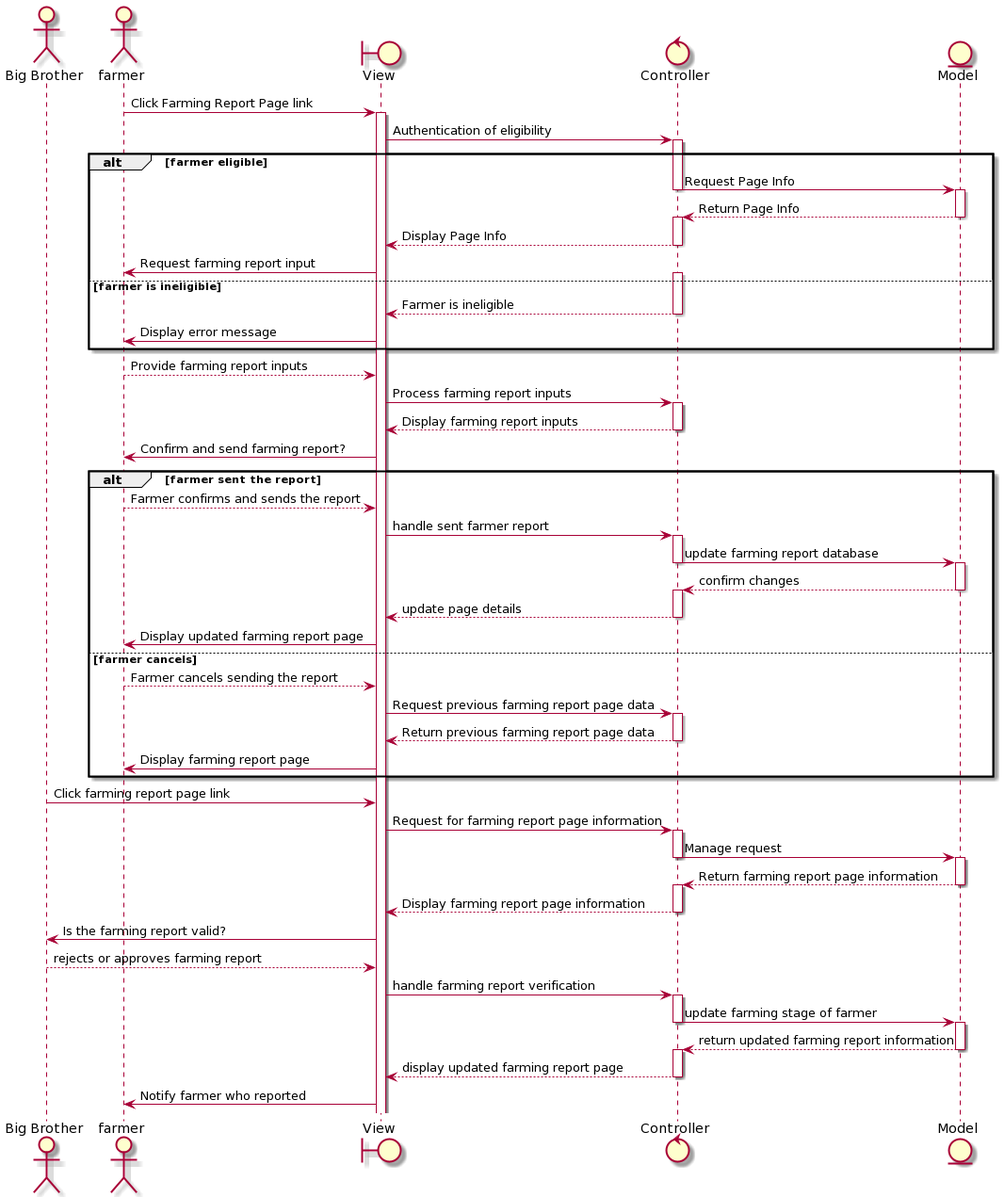
This is out/plantuml/proposed/sequence/overview-report/overview-report.png from radical-doubting/anikultura-diagrams, a PlantUML export, as it was before one commit.
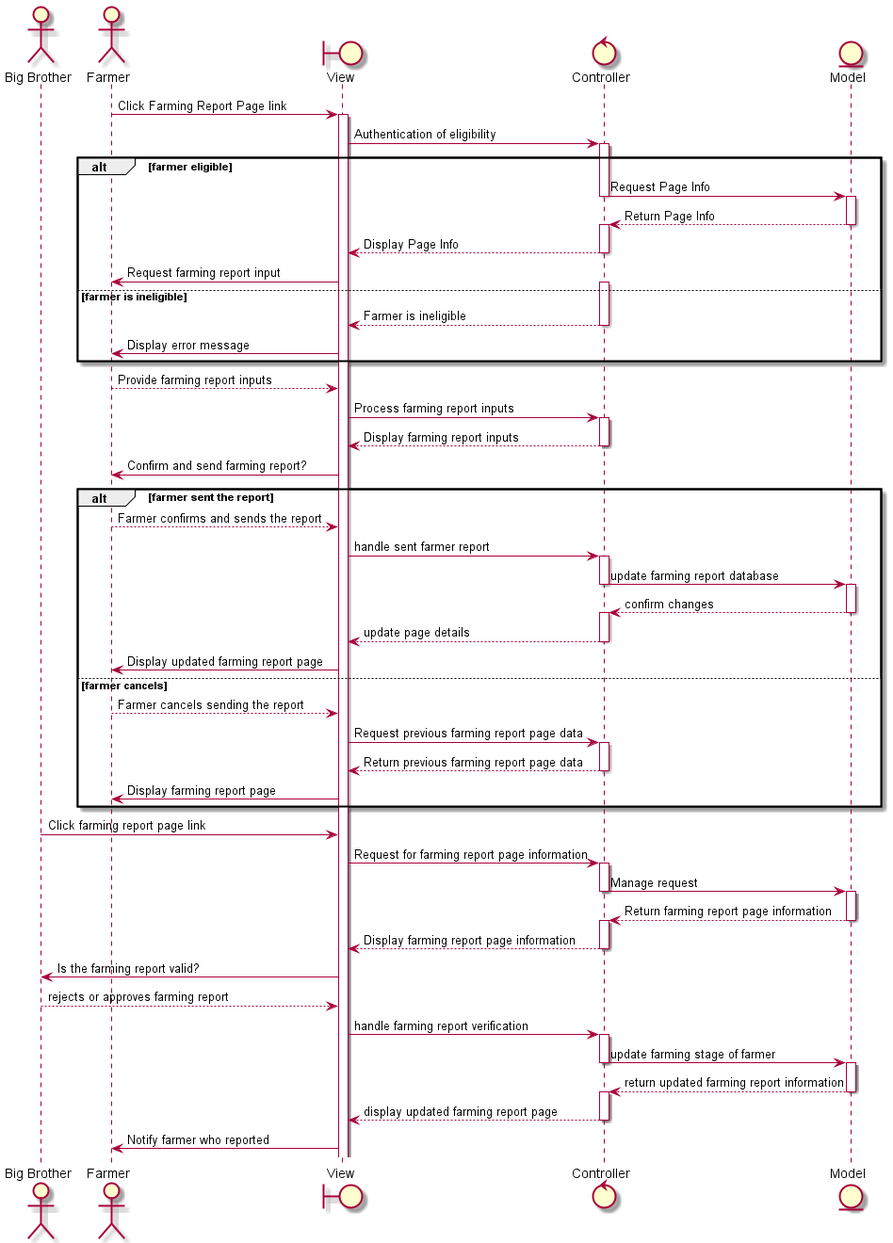
Above is the later version.

Change to the diagram source:
```diff
@@ -1,6 +1,7 @@
 @startuml
+
 actor "Big Brother" as bigbro
-actor farmer as farmer
+actor "Farmer" as farmer
 boundary View as view
 control Controller as controller
 entity Model as model
@@ -86,4 +87,5 @@
 controller --> view: display updated farming report page
 deactivate controller
 view -> farmer: Notify farmer who reported
+
 @enduml
```
